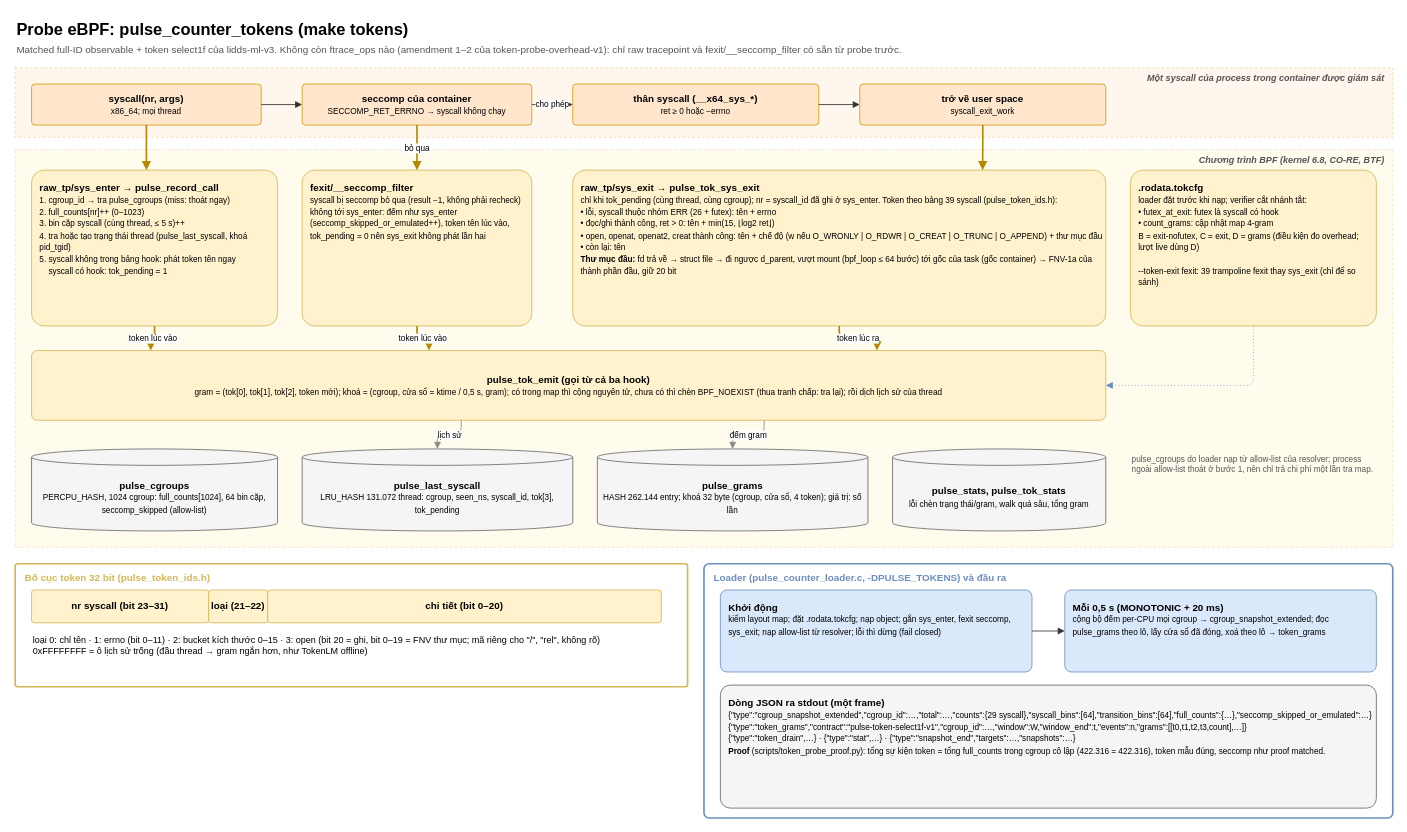
Earlier version of the draw.io diagram page "2. Probe eBPF trong kernel" (2 of 5) of docs/architecture/sentinel-pulse-architecture.drawio (tndat-dev/eBPF-project). Source tidied: cells renumbered, new cells numbered last; positions are measured from the earlier drawing's top-left corner, leaving out a move shared by most shapes. Both pictures are drawn from the tidied source at 82%, with x=0, y=0 at pixel (15, 14).
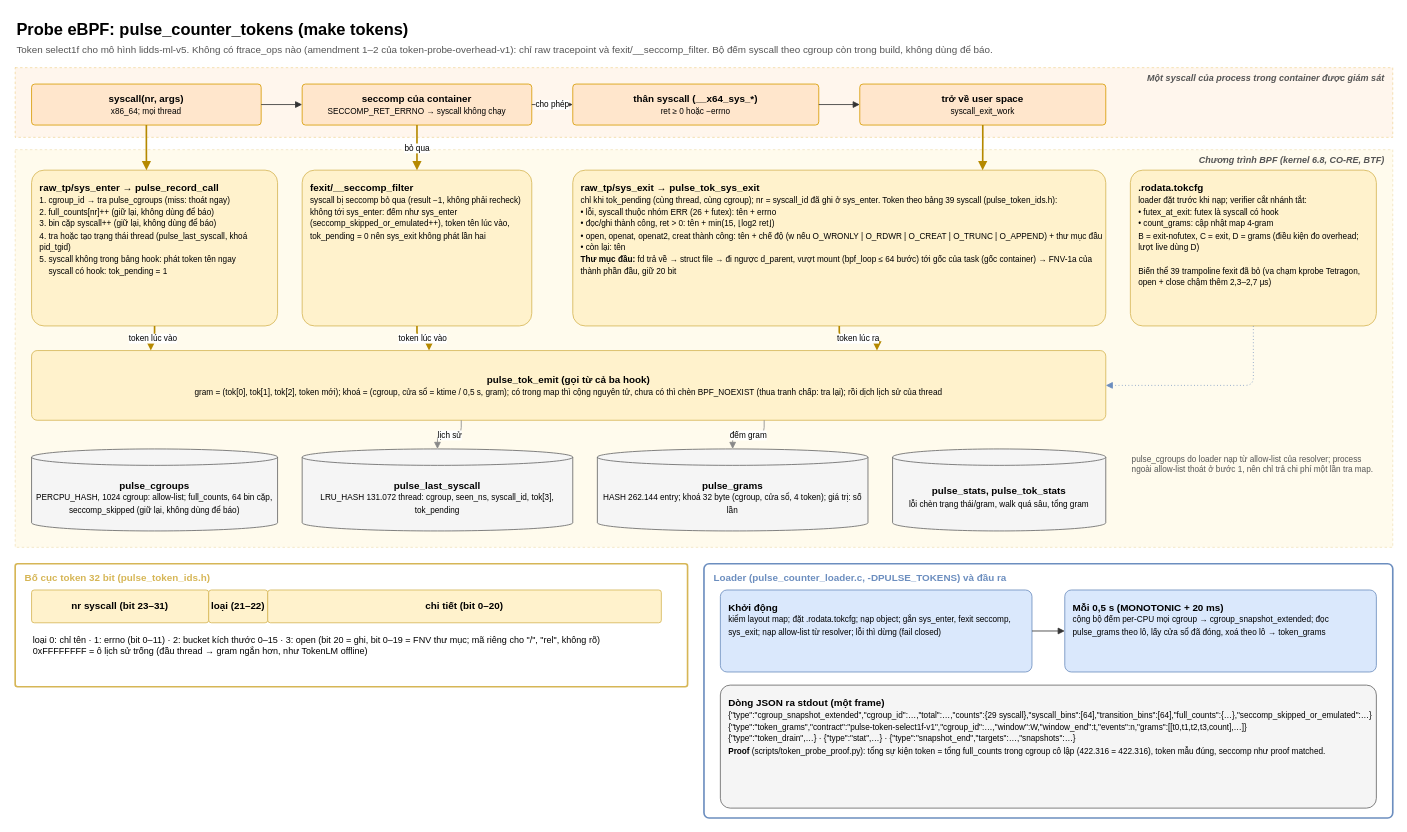
The same page after the edit.

The edit, as a diff of the source:
```diff
@@
-    <mxCell id="3" value="Matched full-ID observable + token select1f của lidds-ml-v3. Không còn ftrace_ops nào (amendment 1–2 của token-probe-overhead-v1): chỉ raw tracepoint và fexit/__seccomp_filter có sẵn từ probe trước." style="text;html=1;whiteSpace=wrap;align=left;verticalAlign=top;fontSize=12;fontColor=#555555;" parent="1" vertex="1">
+    <mxCell id="3" value="Token select1f cho mô hình lidds-ml-v5. Không có ftrace_ops nào (amendment 1–2 của token-probe-overhead-v1): chỉ raw tracepoint và fexit/__seccomp_filter. Bộ đếm syscall theo cgroup còn trong build, không dùng để báo." style="text;html=1;whiteSpace=wrap;align=left;verticalAlign=top;fontSize=12;fontColor=#555555;" parent="1" vertex="1">
       <mxGeometry y="30" width="1680" height="22" as="geometry" />
     </mxCell>
@@
-    <mxCell id="13" value="&lt;b&gt;raw_tp/sys_enter → pulse_record_call&lt;/b&gt;&lt;br&gt;&lt;font style=&quot;font-size:10px&quot;&gt;1. cgroup_id → tra pulse_cgroups (miss: thoát ngay)&lt;br&gt;2. full_counts[nr]++ (0–1023)&lt;br&gt;3. bin cặp syscall (cùng thread, ≤ 5 s)++&lt;br&gt;4. tra hoặc tạo trạng thái thread (pulse_last_syscall, khoá pid_tgid)&lt;br&gt;5. syscall không trong bảng hook: phát token tên ngay&lt;br&gt;&amp;nbsp;&amp;nbsp;&amp;nbsp;&amp;nbsp;syscall có hook: tok_pending = 1&lt;/font&gt;" style="rounded=1;whiteSpace=wrap;html=1;fillColor=#FFF2CC;strokeColor=#D6B656;arcSize=8;fontSize=12;align=left;spacing=4;verticalAlign=top;spacingTop=6;spacingLeft=6;" parent="1" vertex="1">
+    <mxCell id="13" value="&lt;b&gt;raw_tp/sys_enter → pulse_record_call&lt;/b&gt;&lt;br&gt;&lt;font style=&quot;font-size:10px&quot;&gt;1. cgroup_id → tra pulse_cgroups (miss: thoát ngay)&lt;br&gt;2. full_counts[nr]++ (giữ lại, không dùng để báo)&lt;br&gt;3. bin cặp syscall++ (giữ lại, không dùng để báo)&lt;br&gt;4. tra hoặc tạo trạng thái thread (pulse_last_syscall, khoá pid_tgid)&lt;br&gt;5. syscall không trong bảng hook: phát token tên ngay&lt;br&gt;&amp;nbsp;&amp;nbsp;&amp;nbsp;&amp;nbsp;syscall có hook: tok_pending = 1&lt;/font&gt;" style="rounded=1;whiteSpace=wrap;html=1;fillColor=#FFF2CC;strokeColor=#D6B656;arcSize=8;fontSize=12;align=left;spacing=4;verticalAlign=top;spacingTop=6;spacingLeft=6;" parent="1" vertex="1">
       <mxGeometry x="20" y="190" width="300" height="190" as="geometry" />
     </mxCell>
@@
-    <mxCell id="16" value="&lt;b&gt;.rodata.tokcfg&lt;/b&gt;&lt;br&gt;&lt;font style=&quot;font-size:10px&quot;&gt;loader đặt trước khi nạp; verifier cắt nhánh tắt:&lt;br&gt;• futex_at_exit: futex là syscall có hook&lt;br&gt;• count_grams: cập nhật map 4-gram&lt;br&gt;B = exit-nofutex, C = exit, D = grams (điều kiện đo overhead; lượt live dùng D)&lt;br&gt;&lt;br&gt;--token-exit fexit: 39 trampoline fexit thay sys_exit (chỉ để so sánh)&lt;/font&gt;" style="rounded=1;whiteSpace=wrap;html=1;fillColor=#FFF2CC;strokeColor=#D6B656;arcSize=8;fontSize=12;align=left;spacing=4;verticalAlign=top;spacingTop=6;spacingLeft=6;" parent="1" vertex="1">
+    <mxCell id="16" value="&lt;b&gt;.rodata.tokcfg&lt;/b&gt;&lt;br&gt;&lt;font style=&quot;font-size:10px&quot;&gt;loader đặt trước khi nạp; verifier cắt nhánh tắt:&lt;br&gt;• futex_at_exit: futex là syscall có hook&lt;br&gt;• count_grams: cập nhật map 4-gram&lt;br&gt;B = exit-nofutex, C = exit, D = grams (điều kiện đo overhead; lượt live dùng D)&lt;br&gt;&lt;br&gt;Biến thể 39 trampoline fexit đã bỏ (va chạm kprobe Tetragon, open + close chậm thêm 2,3–2,7 µs)&lt;/font&gt;" style="rounded=1;whiteSpace=wrap;html=1;fillColor=#FFF2CC;strokeColor=#D6B656;arcSize=8;fontSize=12;align=left;spacing=4;verticalAlign=top;spacingTop=6;spacingLeft=6;" parent="1" vertex="1">
       <mxGeometry x="1360" y="190" width="300" height="190" as="geometry" />
     </mxCell>
@@
-    <mxCell id="25" value="&lt;b&gt;pulse_cgroups&lt;/b&gt;&lt;br&gt;&lt;font style=&quot;font-size:10px&quot;&gt;PERCPU_HASH, 1024 cgroup: full_counts[1024], 64 bin cặp, seccomp_skipped (allow-list)&lt;/font&gt;" style="shape=cylinder3;whiteSpace=wrap;html=1;boundedLbl=1;backgroundOutline=1;size=10;fillColor=#F5F5F5;strokeColor=#666666;fontSize=12;" parent="1" vertex="1">
+    <mxCell id="25" value="&lt;b&gt;pulse_cgroups&lt;/b&gt;&lt;br&gt;&lt;font style=&quot;font-size:10px&quot;&gt;PERCPU_HASH, 1024 cgroup: allow-list; full_counts, 64 bin cặp, seccomp_skipped (giữ lại, không dùng để báo)&lt;/font&gt;" style="shape=cylinder3;whiteSpace=wrap;html=1;boundedLbl=1;backgroundOutline=1;size=10;fillColor=#F5F5F5;strokeColor=#666666;fontSize=12;" parent="1" vertex="1">
       <mxGeometry x="20" y="530" width="300" height="100" as="geometry" />
     </mxCell>
```
